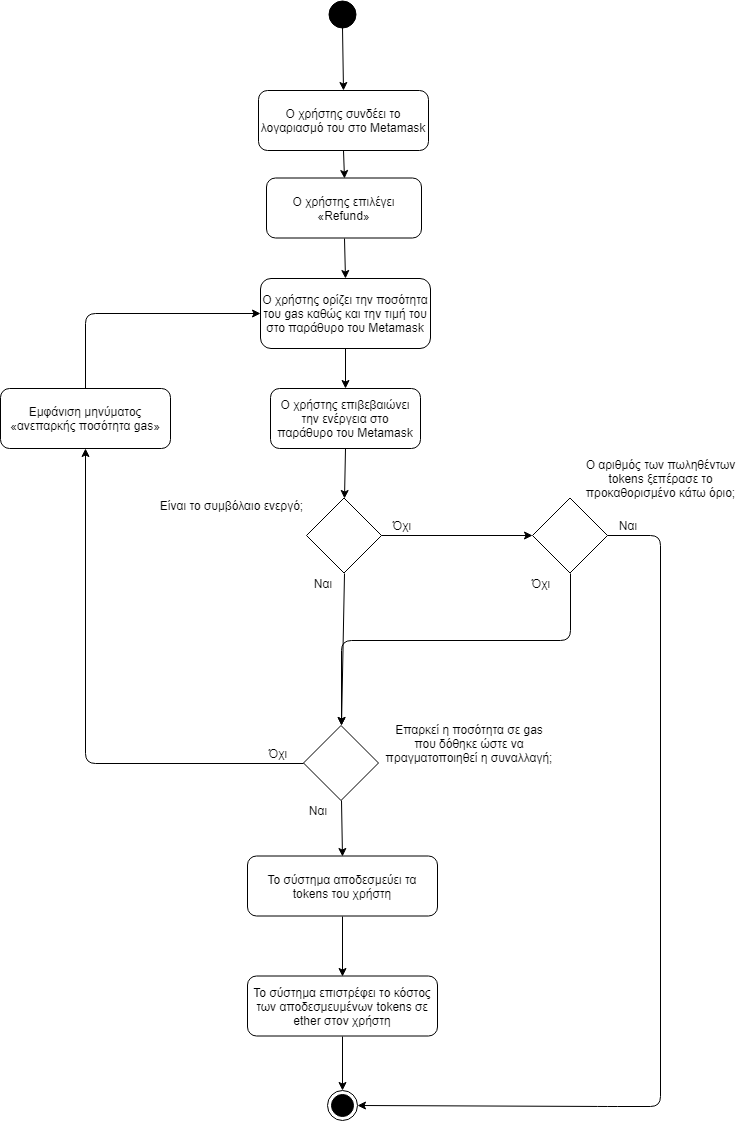
Earlier version of the draw.io export diagrams/RefundTokens/RefundTokens.png (gkamtzir/Ethereum-ICO-Diploma-Thesis). Source tidied: cells renumbered, new cells last; positions are measured from the earlier drawing's top-left corner, leaving out a move shared by most shapes. Its diagram source:
```xml
<mxGraphModel>
  <root>
    <mxCell id="0" />
    <mxCell id="1" parent="0" />
    <mxCell id="2" style="ellipse;whiteSpace=wrap;html=1;fillColor=#000000;gradientColor=none;" parent="1" vertex="1">
      <mxGeometry x="328" width="27" height="27" as="geometry" />
    </mxCell>
    <mxCell id="3" value="Ο χρήστης επιλέγει «Refund»" style="rounded=1;whiteSpace=wrap;html=1;fillColor=#ffffff;gradientColor=none;" parent="1" vertex="1">
      <mxGeometry x="266" y="177.5" width="155" height="60" as="geometry" />
    </mxCell>
    <mxCell id="4" value="Ο χρήστης ορίζει την ποσότητα του gas καθώς και την τιμή του στο παράθυρο του Metamask" style="rounded=1;whiteSpace=wrap;html=1;fillColor=#ffffff;gradientColor=none;" parent="1" vertex="1">
      <mxGeometry x="260" y="278" width="170" height="70" as="geometry" />
    </mxCell>
    <mxCell id="5" value="Ο χρήστης επιβεβαιώνει την ενέργεια στο παράθυρο του Metamask" style="rounded=1;whiteSpace=wrap;html=1;fillColor=#ffffff;gradientColor=none;" parent="1" vertex="1">
      <mxGeometry x="270" y="388" width="150" height="60" as="geometry" />
    </mxCell>
    <mxCell id="6" style="rhombus;whiteSpace=wrap;html=1;fillColor=#ffffff;gradientColor=none;" parent="1" vertex="1">
      <mxGeometry x="306" y="497.5" width="75" height="75" as="geometry" />
    </mxCell>
    <mxCell id="7" value="Όχι" style="text;html=1;strokeColor=none;fillColor=none;align=center;verticalAlign=middle;whiteSpace=wrap;rounded=0;" parent="1" vertex="1">
      <mxGeometry x="380.5" y="515" width="40" height="20" as="geometry" />
    </mxCell>
    <mxCell id="8" value="Ναι" style="text;html=1;strokeColor=none;fillColor=none;align=center;verticalAlign=middle;whiteSpace=wrap;rounded=0;" parent="1" vertex="1">
      <mxGeometry x="301.5" y="572.5" width="40" height="20" as="geometry" />
    </mxCell>
    <mxCell id="9" value="Το σύστημα επιστρέφει το κόστος των αποδεσμευμένων tokens σε ether στον χρήστη" style="rounded=1;whiteSpace=wrap;html=1;fillColor=#ffffff;gradientColor=none;" parent="1" vertex="1">
      <mxGeometry x="247" y="975.5" width="190" height="60" as="geometry" />
    </mxCell>
    <mxCell id="10" style="rhombus;whiteSpace=wrap;html=1;" parent="1" vertex="1">
      <mxGeometry x="303" y="725" width="75" height="75" as="geometry" />
    </mxCell>
    <mxCell id="11" value="Όχι" style="text;html=1;strokeColor=none;fillColor=none;align=center;verticalAlign=middle;whiteSpace=wrap;rounded=0;" parent="1" vertex="1">
      <mxGeometry x="257" y="742.5" width="40" height="20" as="geometry" />
    </mxCell>
    <mxCell id="12" value="Ο χρήστης συνδέει το λογαριασμό του στο Metamask" style="rounded=1;whiteSpace=wrap;html=1;fillColor=#ffffff;gradientColor=none;" parent="1" vertex="1">
      <mxGeometry x="258" y="90" width="170" height="60" as="geometry" />
    </mxCell>
    <mxCell id="13" value="Ναι" style="text;html=1;strokeColor=none;fillColor=none;align=center;verticalAlign=middle;whiteSpace=wrap;rounded=0;" parent="1" vertex="1">
      <mxGeometry x="297" y="800" width="40" height="20" as="geometry" />
    </mxCell>
    <mxCell id="14" value="Εμφάνιση μηνύματος «ανεπαρκής ποσότητα gas»" style="rounded=1;whiteSpace=wrap;html=1;" parent="1" vertex="1">
      <mxGeometry y="388" width="170" height="60" as="geometry" />
    </mxCell>
    <mxCell id="15" value="Επαρκεί η ποσότητα σε gas που δόθηκε ώστε να πραγματοποιηθεί η συναλλαγή;" style="text;html=1;strokeColor=none;fillColor=none;align=center;verticalAlign=middle;whiteSpace=wrap;rounded=0;" parent="1" vertex="1">
      <mxGeometry x="384" y="712.5" width="170" height="60" as="geometry" />
    </mxCell>
    <mxCell id="16" style="endArrow=classic;html=1;exitX=0.5;exitY=1;exitDx=0;exitDy=0;entryX=0.5;entryY=0;entryDx=0;entryDy=0;" parent="1" edge="1" source="2" target="12">
      <mxGeometry relative="1" as="geometry" />
    </mxCell>
    <mxCell id="17" style="endArrow=classic;html=1;exitX=0.5;exitY=1;exitDx=0;exitDy=0;entryX=0.5;entryY=0;entryDx=0;entryDy=0;" parent="1" edge="1" source="12" target="3">
      <mxGeometry relative="1" as="geometry" />
    </mxCell>
    <mxCell id="18" style="endArrow=classic;html=1;exitX=0.5;exitY=1;exitDx=0;exitDy=0;entryX=0.5;entryY=0;entryDx=0;entryDy=0;" parent="1" edge="1" source="3" target="4">
      <mxGeometry relative="1" as="geometry" />
    </mxCell>
    <mxCell id="19" style="endArrow=classic;html=1;exitX=0.5;exitY=1;exitDx=0;exitDy=0;entryX=0.5;entryY=0;entryDx=0;entryDy=0;" parent="1" edge="1" source="4" target="5">
      <mxGeometry relative="1" as="geometry" />
    </mxCell>
    <mxCell id="20" style="endArrow=classic;html=1;exitX=0.5;exitY=1;exitDx=0;exitDy=0;entryX=0.5;entryY=0;entryDx=0;entryDy=0;" parent="1" edge="1" source="5" target="6">
      <mxGeometry relative="1" as="geometry" />
    </mxCell>
    <mxCell id="21" style="endArrow=classic;html=1;exitX=0.5;exitY=1;exitDx=0;exitDy=0;entryX=0.5;entryY=0;entryDx=0;entryDy=0;" parent="1" edge="1" source="6" target="10">
      <mxGeometry relative="1" as="geometry" />
    </mxCell>
    <mxCell id="22" style="endArrow=classic;html=1;exitX=0.5;exitY=1;exitDx=0;exitDy=0;entryX=0.5;entryY=0;entryDx=0;entryDy=0;" parent="1" edge="1" source="10" target="26">
      <mxGeometry relative="1" as="geometry" />
    </mxCell>
    <mxCell id="23" style="endArrow=classic;html=1;exitX=0.5;exitY=1;exitDx=0;exitDy=0;entryX=0.5;entryY=0;entryDx=0;entryDy=0;" parent="1" edge="1" source="9" target="36">
      <mxGeometry relative="1" as="geometry" />
    </mxCell>
    <mxCell id="24" style="endArrow=classic;html=1;exitX=0;exitY=0.5;exitDx=0;exitDy=0;entryX=0.5;entryY=1;entryDx=0;entryDy=0;" parent="1" edge="1" source="10" target="14">
      <mxGeometry relative="1" as="geometry">
        <Array as="points">
          <mxPoint x="85" y="763" />
        </Array>
      </mxGeometry>
    </mxCell>
    <mxCell id="25" style="endArrow=classic;html=1;exitX=0.5;exitY=0;exitDx=0;exitDy=0;entryX=0;entryY=0.5;entryDx=0;entryDy=0;" parent="1" edge="1" source="14" target="4">
      <mxGeometry relative="1" as="geometry">
        <Array as="points">
          <mxPoint x="85" y="313" />
        </Array>
      </mxGeometry>
    </mxCell>
    <mxCell id="26" value="Το σύστημα αποδεσμεύει τα tokens του χρήστη" style="rounded=1;whiteSpace=wrap;html=1;fillColor=#ffffff;gradientColor=none;" parent="1" vertex="1">
      <mxGeometry x="247" y="855.5" width="190" height="60" as="geometry" />
    </mxCell>
    <mxCell id="27" style="endArrow=classic;html=1;exitX=0.5;exitY=1;exitDx=0;exitDy=0;entryX=0.5;entryY=0;entryDx=0;entryDy=0;" parent="1" edge="1" source="26" target="9">
      <mxGeometry relative="1" as="geometry" />
    </mxCell>
    <mxCell id="28" value="Είναι το συμβόλαιο ενεργό;" style="text;html=1;strokeColor=none;fillColor=none;align=center;verticalAlign=middle;whiteSpace=wrap;rounded=0;" parent="1" vertex="1">
      <mxGeometry x="141" y="485" width="179" height="40" as="geometry" />
    </mxCell>
    <mxCell id="29" style="rhombus;whiteSpace=wrap;html=1;fillColor=#ffffff;gradientColor=none;" parent="1" vertex="1">
      <mxGeometry x="532" y="497.5" width="75" height="75" as="geometry" />
    </mxCell>
    <mxCell id="30" value="Ο αριθμός των πωληθέντων tokens ξεπέρασε το προκαθορισμένο κάτω όριο;" style="text;html=1;strokeColor=none;fillColor=none;align=center;verticalAlign=middle;whiteSpace=wrap;rounded=0;" parent="1" vertex="1">
      <mxGeometry x="570" y="448" width="181" height="60" as="geometry" />
    </mxCell>
    <mxCell id="31" value="Όχι" style="text;html=1;strokeColor=none;fillColor=none;align=center;verticalAlign=middle;whiteSpace=wrap;rounded=0;" parent="1" vertex="1">
      <mxGeometry x="520" y="572.5" width="40" height="20" as="geometry" />
    </mxCell>
    <mxCell id="32" value="Ναι" style="text;html=1;strokeColor=none;fillColor=none;align=center;verticalAlign=middle;whiteSpace=wrap;rounded=0;" parent="1" vertex="1">
      <mxGeometry x="607" y="515" width="40" height="20" as="geometry" />
    </mxCell>
    <mxCell id="33" style="endArrow=classic;html=1;exitX=1;exitY=0.5;exitDx=0;exitDy=0;entryX=0;entryY=0.5;entryDx=0;entryDy=0;" parent="1" edge="1" source="6" target="29">
      <mxGeometry relative="1" as="geometry" />
    </mxCell>
    <mxCell id="34" style="endArrow=classic;html=1;exitX=1;exitY=0.5;exitDx=0;exitDy=0;entryX=1;entryY=0.5;entryDx=0;entryDy=0;" parent="1" edge="1" source="29" target="36">
      <mxGeometry relative="1" as="geometry">
        <Array as="points">
          <mxPoint x="660" y="535" />
          <mxPoint x="660" y="1106" />
          <mxPoint x="607" y="1106" />
        </Array>
      </mxGeometry>
    </mxCell>
    <mxCell id="35" style="endArrow=classic;html=1;exitX=0.5;exitY=1;exitDx=0;exitDy=0;entryX=0.5;entryY=0;entryDx=0;entryDy=0;" parent="1" edge="1" source="29" target="10">
      <mxGeometry relative="1" as="geometry">
        <Array as="points">
          <mxPoint x="570" y="640" />
          <mxPoint x="341" y="640" />
        </Array>
      </mxGeometry>
    </mxCell>
    <mxCell id="36" style="ellipse;html=1;shape=endState;fillColor=#000000;strokeColor=#000000;" parent="1" vertex="1">
      <mxGeometry x="327" y="1090" width="30" height="30" as="geometry" />
    </mxCell>
  </root>
</mxGraphModel>
```
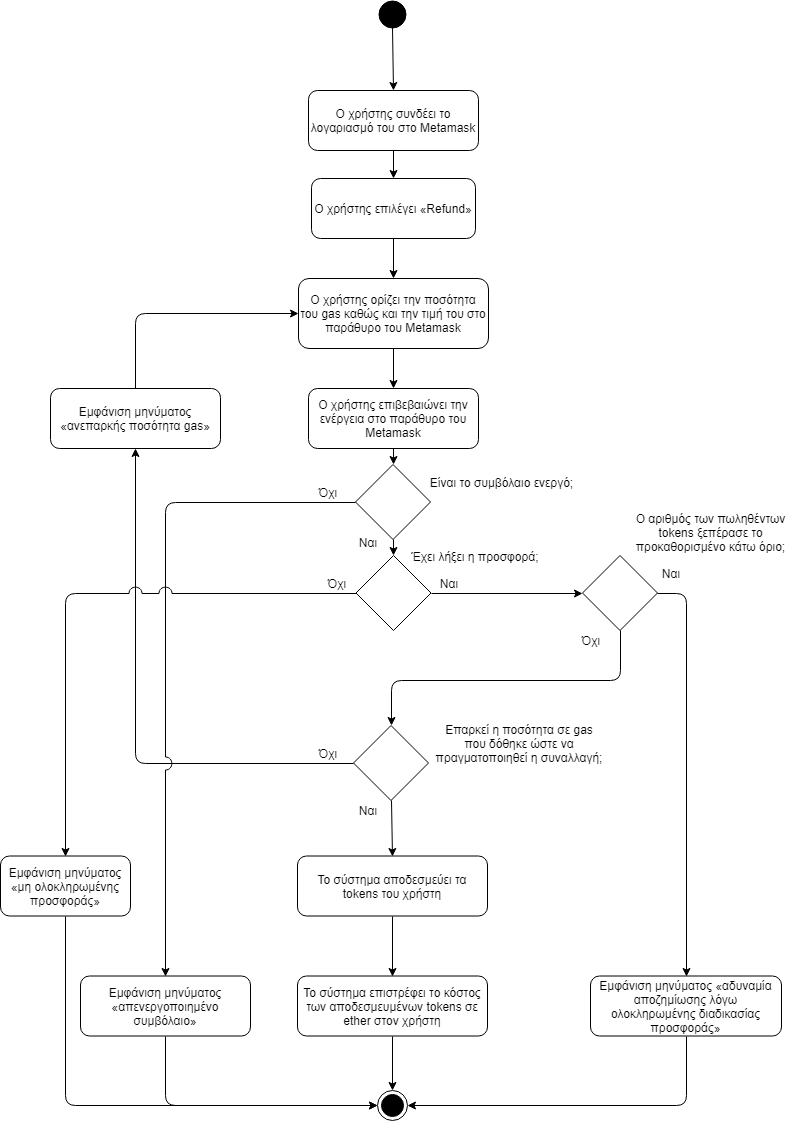
Later version of the same file.

Commit message:
Added extra decision and modified the existed one in Refund flowchart.

What changed in the source:
```diff
@@ -6,22 +6,22 @@
       <mxGeometry x="328" width="27" height="27" as="geometry" />
     </mxCell>
     <mxCell id="3" value="Ο χρήστης επιλέγει «Refund»" style="rounded=1;whiteSpace=wrap;html=1;fillColor=#ffffff;gradientColor=none;" parent="1" vertex="1">
-      <mxGeometry x="266" y="177.5" width="155" height="60" as="geometry" />
+      <mxGeometry x="261" y="178" width="164" height="60" as="geometry" />
     </mxCell>
     <mxCell id="4" value="Ο χρήστης ορίζει την ποσότητα του gas καθώς και την τιμή του στο παράθυρο του Metamask" style="rounded=1;whiteSpace=wrap;html=1;fillColor=#ffffff;gradientColor=none;" parent="1" vertex="1">
-      <mxGeometry x="260" y="278" width="170" height="70" as="geometry" />
+      <mxGeometry x="248" y="278" width="190" height="70" as="geometry" />
     </mxCell>
     <mxCell id="5" value="Ο χρήστης επιβεβαιώνει την ενέργεια στο παράθυρο του Metamask" style="rounded=1;whiteSpace=wrap;html=1;fillColor=#ffffff;gradientColor=none;" parent="1" vertex="1">
-      <mxGeometry x="270" y="388" width="150" height="60" as="geometry" />
+      <mxGeometry x="258" y="388" width="170" height="60" as="geometry" />
     </mxCell>
     <mxCell id="6" style="rhombus;whiteSpace=wrap;html=1;fillColor=#ffffff;gradientColor=none;" parent="1" vertex="1">
-      <mxGeometry x="306" y="497.5" width="75" height="75" as="geometry" />
+      <mxGeometry x="305.5" y="555" width="75" height="75" as="geometry" />
     </mxCell>
     <mxCell id="7" value="Όχι" style="text;html=1;strokeColor=none;fillColor=none;align=center;verticalAlign=middle;whiteSpace=wrap;rounded=0;" parent="1" vertex="1">
-      <mxGeometry x="380.5" y="515" width="40" height="20" as="geometry" />
+      <mxGeometry x="265.5" y="572.5" width="40" height="20" as="geometry" />
     </mxCell>
     <mxCell id="8" value="Ναι" style="text;html=1;strokeColor=none;fillColor=none;align=center;verticalAlign=middle;whiteSpace=wrap;rounded=0;" parent="1" vertex="1">
-      <mxGeometry x="301.5" y="572.5" width="40" height="20" as="geometry" />
+      <mxGeometry x="378" y="572.5" width="40" height="20" as="geometry" />
     </mxCell>
     <mxCell id="9" value="Το σύστημα επιστρέφει το κόστος των αποδεσμευμένων tokens σε ether στον χρήστη" style="rounded=1;whiteSpace=wrap;html=1;fillColor=#ffffff;gradientColor=none;" parent="1" vertex="1">
       <mxGeometry x="247" y="975.5" width="190" height="60" as="geometry" />
@@ -56,12 +56,6 @@
     <mxCell id="19" style="endArrow=classic;html=1;exitX=0.5;exitY=1;exitDx=0;exitDy=0;entryX=0.5;entryY=0;entryDx=0;entryDy=0;" parent="1" edge="1" source="4" target="5">
       <mxGeometry relative="1" as="geometry" />
     </mxCell>
-    <mxCell id="20" style="endArrow=classic;html=1;exitX=0.5;exitY=1;exitDx=0;exitDy=0;entryX=0.5;entryY=0;entryDx=0;entryDy=0;" parent="1" edge="1" source="5" target="6">
-      <mxGeometry relative="1" as="geometry" />
-    </mxCell>
-    <mxCell id="21" style="endArrow=classic;html=1;exitX=0.5;exitY=1;exitDx=0;exitDy=0;entryX=0.5;entryY=0;entryDx=0;entryDy=0;" parent="1" edge="1" source="6" target="10">
-      <mxGeometry relative="1" as="geometry" />
-    </mxCell>
     <mxCell id="22" style="endArrow=classic;html=1;exitX=0.5;exitY=1;exitDx=0;exitDy=0;entryX=0.5;entryY=0;entryDx=0;entryDy=0;" parent="1" edge="1" source="10" target="26">
       <mxGeometry relative="1" as="geometry" />
     </mxCell>
@@ -89,42 +83,102 @@
       <mxGeometry relative="1" as="geometry" />
     </mxCell>
     <mxCell id="28" value="Είναι το συμβόλαιο ενεργό;" style="text;html=1;strokeColor=none;fillColor=none;align=center;verticalAlign=middle;whiteSpace=wrap;rounded=0;" parent="1" vertex="1">
-      <mxGeometry x="141" y="485" width="179" height="40" as="geometry" />
+      <mxGeometry x="361" y="461.5" width="179" height="40" as="geometry" />
     </mxCell>
     <mxCell id="29" style="rhombus;whiteSpace=wrap;html=1;fillColor=#ffffff;gradientColor=none;" parent="1" vertex="1">
-      <mxGeometry x="532" y="497.5" width="75" height="75" as="geometry" />
+      <mxGeometry x="532" y="555" width="75" height="75" as="geometry" />
     </mxCell>
     <mxCell id="30" value="Ο αριθμός των πωληθέντων tokens ξεπέρασε το προκαθορισμένο κάτω όριο;" style="text;html=1;strokeColor=none;fillColor=none;align=center;verticalAlign=middle;whiteSpace=wrap;rounded=0;" parent="1" vertex="1">
-      <mxGeometry x="570" y="448" width="181" height="60" as="geometry" />
+      <mxGeometry x="569.5" y="501.5" width="181" height="60" as="geometry" />
     </mxCell>
     <mxCell id="31" value="Όχι" style="text;html=1;strokeColor=none;fillColor=none;align=center;verticalAlign=middle;whiteSpace=wrap;rounded=0;" parent="1" vertex="1">
-      <mxGeometry x="520" y="572.5" width="40" height="20" as="geometry" />
+      <mxGeometry x="520" y="630" width="40" height="20" as="geometry" />
     </mxCell>
     <mxCell id="32" value="Ναι" style="text;html=1;strokeColor=none;fillColor=none;align=center;verticalAlign=middle;whiteSpace=wrap;rounded=0;" parent="1" vertex="1">
-      <mxGeometry x="607" y="515" width="40" height="20" as="geometry" />
+      <mxGeometry x="600" y="562.5" width="40" height="20" as="geometry" />
     </mxCell>
     <mxCell id="33" style="endArrow=classic;html=1;exitX=1;exitY=0.5;exitDx=0;exitDy=0;entryX=0;entryY=0.5;entryDx=0;entryDy=0;" parent="1" edge="1" source="6" target="29">
       <mxGeometry relative="1" as="geometry" />
     </mxCell>
-    <mxCell id="34" style="endArrow=classic;html=1;exitX=1;exitY=0.5;exitDx=0;exitDy=0;entryX=1;entryY=0.5;entryDx=0;entryDy=0;" parent="1" edge="1" source="29" target="36">
-      <mxGeometry relative="1" as="geometry">
-        <Array as="points">
-          <mxPoint x="660" y="535" />
-          <mxPoint x="660" y="1106" />
-          <mxPoint x="607" y="1106" />
-        </Array>
-      </mxGeometry>
-    </mxCell>
     <mxCell id="35" style="endArrow=classic;html=1;exitX=0.5;exitY=1;exitDx=0;exitDy=0;entryX=0.5;entryY=0;entryDx=0;entryDy=0;" parent="1" edge="1" source="29" target="10">
       <mxGeometry relative="1" as="geometry">
         <Array as="points">
-          <mxPoint x="570" y="640" />
-          <mxPoint x="341" y="640" />
+          <mxPoint x="570" y="680" />
+          <mxPoint x="341" y="680" />
         </Array>
       </mxGeometry>
     </mxCell>
     <mxCell id="36" style="ellipse;html=1;shape=endState;fillColor=#000000;strokeColor=#000000;" parent="1" vertex="1">
       <mxGeometry x="327" y="1090" width="30" height="30" as="geometry" />
     </mxCell>
+    <mxCell id="37" style="rhombus;whiteSpace=wrap;html=1;fillColor=#ffffff;gradientColor=none;" parent="1" vertex="1">
+      <mxGeometry x="305" y="464" width="75" height="75" as="geometry" />
+    </mxCell>
+    <mxCell id="38" style="endArrow=classic;html=1;exitX=0.5;exitY=1;exitDx=0;exitDy=0;entryX=0.5;entryY=0;entryDx=0;entryDy=0;" parent="1" edge="1" source="37" target="6">
+      <mxGeometry relative="1" as="geometry" />
+    </mxCell>
+    <mxCell id="39" style="endArrow=classic;html=1;exitX=0.5;exitY=1;exitDx=0;exitDy=0;entryX=0.5;entryY=0;entryDx=0;entryDy=0;" parent="1" edge="1" source="5" target="37">
+      <mxGeometry relative="1" as="geometry" />
+    </mxCell>
+    <mxCell id="40" value="Ναι" style="text;html=1;strokeColor=none;fillColor=none;align=center;verticalAlign=middle;whiteSpace=wrap;rounded=0;" parent="1" vertex="1">
+      <mxGeometry x="297" y="531.5" width="40" height="20" as="geometry" />
+    </mxCell>
+    <mxCell id="41" value="Όχι" style="text;html=1;strokeColor=none;fillColor=none;align=center;verticalAlign=middle;whiteSpace=wrap;rounded=0;" parent="1" vertex="1">
+      <mxGeometry x="257" y="481.5" width="40" height="20" as="geometry" />
+    </mxCell>
+    <mxCell id="42" value="Εμφάνιση μηνύματος «απενεργοποιημένο συμβόλαιο»" style="rounded=1;whiteSpace=wrap;html=1;" parent="1" vertex="1">
+      <mxGeometry x="30" y="975.5" width="170" height="60" as="geometry" />
+    </mxCell>
+    <mxCell id="43" style="endArrow=classic;html=1;exitX=0;exitY=0.5;exitDx=0;exitDy=0;entryX=0.5;entryY=0;entryDx=0;entryDy=0;jumpStyle=arc;jumpSize=13;" parent="1" edge="1" source="37" target="42">
+      <mxGeometry relative="1" as="geometry">
+        <Array as="points">
+          <mxPoint x="115" y="502" />
+        </Array>
+      </mxGeometry>
+    </mxCell>
+    <mxCell id="44" style="endArrow=classic;html=1;exitX=0.5;exitY=1;exitDx=0;exitDy=0;entryX=0;entryY=0.5;entryDx=0;entryDy=0;" parent="1" edge="1" source="42" target="36">
+      <mxGeometry relative="1" as="geometry">
+        <Array as="points">
+          <mxPoint x="115" y="1105" />
+        </Array>
+      </mxGeometry>
+    </mxCell>
+    <mxCell id="45" value="Έχει λήξει η προσφορά;" style="text;html=1;strokeColor=none;fillColor=none;align=center;verticalAlign=middle;whiteSpace=wrap;rounded=0;" parent="1" vertex="1">
+      <mxGeometry x="359" y="541.5" width="132" height="29" as="geometry" />
+    </mxCell>
+    <mxCell id="46" value="Εμφάνιση μηνύματος «αδυναμία αποζημίωσης λόγω ολοκληρωμένης διαδικασίας προσφοράς»" style="rounded=1;whiteSpace=wrap;html=1;" parent="1" vertex="1">
+      <mxGeometry x="540" y="975.5" width="191" height="60" as="geometry" />
+    </mxCell>
+    <mxCell id="47" style="endArrow=classic;html=1;exitX=1;exitY=0.5;exitDx=0;exitDy=0;entryX=0.5;entryY=0;entryDx=0;entryDy=0;" parent="1" edge="1" source="29" target="46">
+      <mxGeometry relative="1" as="geometry">
+        <Array as="points">
+          <mxPoint x="636" y="593" />
+        </Array>
+      </mxGeometry>
+    </mxCell>
+    <mxCell id="48" style="endArrow=classic;html=1;exitX=0.5;exitY=1;exitDx=0;exitDy=0;entryX=1;entryY=0.5;entryDx=0;entryDy=0;" parent="1" edge="1" source="46" target="36">
+      <mxGeometry relative="1" as="geometry">
+        <Array as="points">
+          <mxPoint x="636" y="1105" />
+        </Array>
+      </mxGeometry>
+    </mxCell>
+    <mxCell id="49" value="Εμφάνιση μηνύματος «μη ολοκληρωμένης προσφοράς»" style="rounded=1;whiteSpace=wrap;html=1;" parent="1" vertex="1">
+      <mxGeometry x="-50" y="855.5" width="130" height="60" as="geometry" />
+    </mxCell>
+    <mxCell id="50" style="endArrow=classic;html=1;exitX=0;exitY=0.5;exitDx=0;exitDy=0;entryX=0.5;entryY=0;entryDx=0;entryDy=0;jumpStyle=arc;jumpSize=13;" parent="1" edge="1" source="6" target="49">
+      <mxGeometry relative="1" as="geometry">
+        <Array as="points">
+          <mxPoint x="15" y="593" />
+        </Array>
+      </mxGeometry>
+    </mxCell>
+    <mxCell id="51" style="endArrow=classic;html=1;exitX=0.5;exitY=1;exitDx=0;exitDy=0;entryX=0;entryY=0.5;entryDx=0;entryDy=0;" parent="1" edge="1" source="49" target="36">
+      <mxGeometry relative="1" as="geometry">
+        <Array as="points">
+          <mxPoint x="15" y="1105" />
+        </Array>
+      </mxGeometry>
+    </mxCell>
   </root>
 </mxGraphModel>
```
